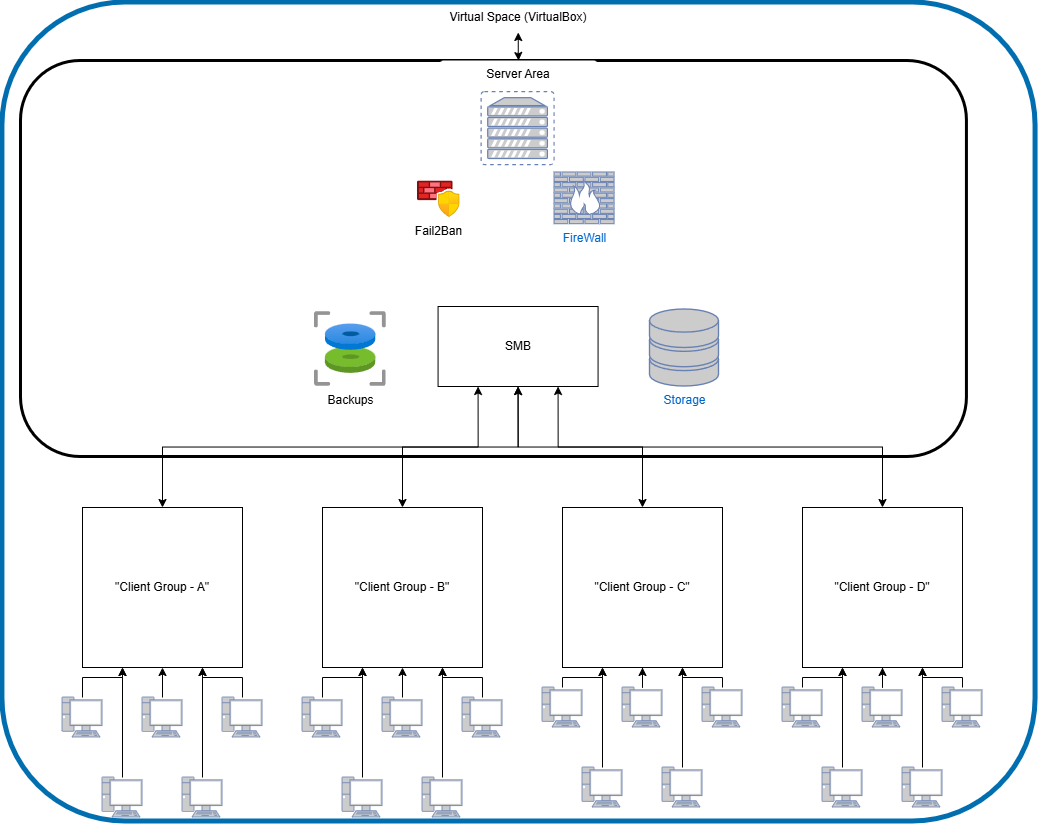
The draw.io diagram architecture/HMCI Internal Architecture.png in deNStep123/home-mini-company-infrastructure, before a commit. Source tidied: cells renumbered, new cells last; positions are measured from the earlier drawing's top-left corner, leaving out a move shared by most shapes.
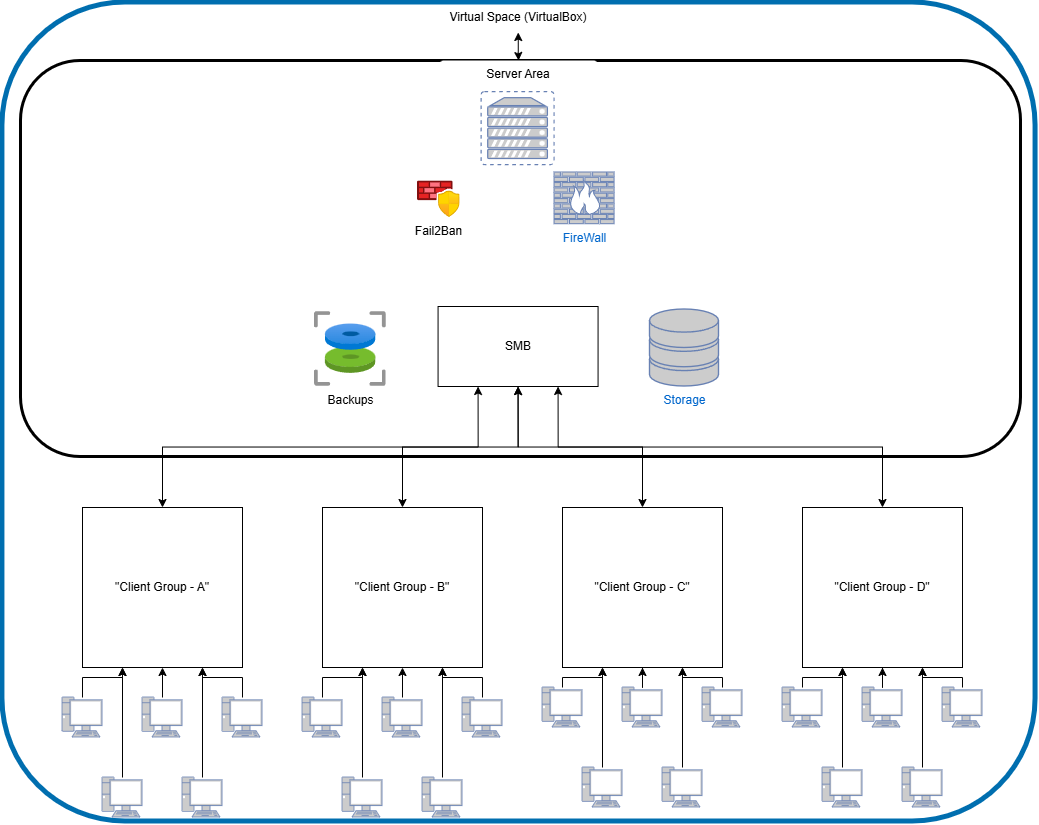
Later version of the same file.

Diff of the diagram source:
```diff
@@ -1,4 +1,4 @@
-<mxGraphModel background="light-dark(#FFFFFF,#000000)">
+<mxGraphModel background="#FFFFFF">
   <root>
     <mxCell id="0" />
     <mxCell id="1" parent="0" />
@@ -179,7 +179,7 @@
       <mxGeometry x="-0.1" width="1033.1" height="819" as="geometry" />
     </mxCell>
     <mxCell id="53" style="rounded=1;whiteSpace=wrap;html=1;gradientColor=default;fillColor=none;strokeWidth=3;strokeColor=light-dark(#000000,#9999FF);" parent="1" vertex="1">
-      <mxGeometry x="18" y="58" width="945.9" height="396" as="geometry" />
+      <mxGeometry x="18" y="58" width="1000" height="396" as="geometry" />
     </mxCell>
     <mxCell id="54" value="Server Area" style="text;html=1;whiteSpace=wrap;strokeColor=none;fillColor=light-dark(#FFFFFF,#9999FF);align=center;verticalAlign=middle;rounded=1;gradientColor=none;" parent="1" vertex="1">
       <mxGeometry x="437" y="58" width="158.3" height="28.1" as="geometry" />
```
